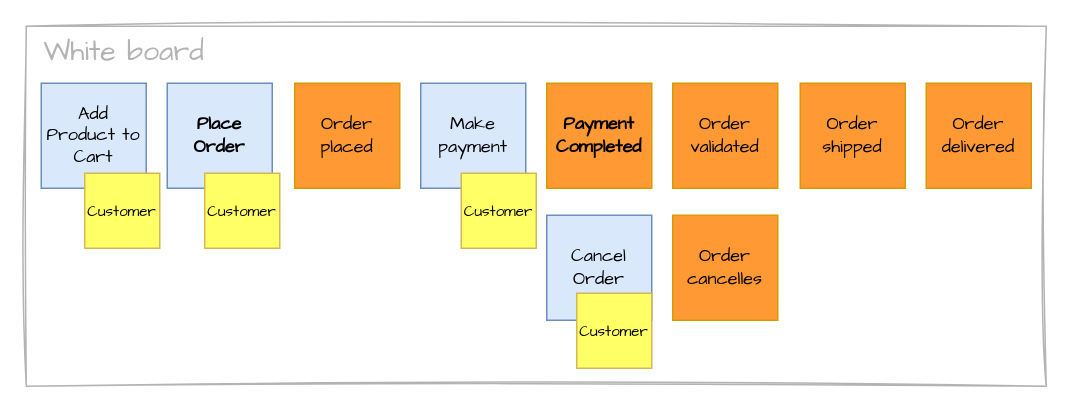
mauvaisetroupe/architech keeps this draw.io diagram as page "01-BP03" (4 of 13) of content/en/knowledgebase/ddd-eventstorming/eventstorming.drawio. Above is the earlier version. Source tidied: cells renumbered, new cells numbered last; positions are measured from the earlier drawing's top-left corner, leaving out a move shared by most shapes. Both pictures are drawn from the tidied source at 150%, with x=0, y=0 at pixel (26, 26).
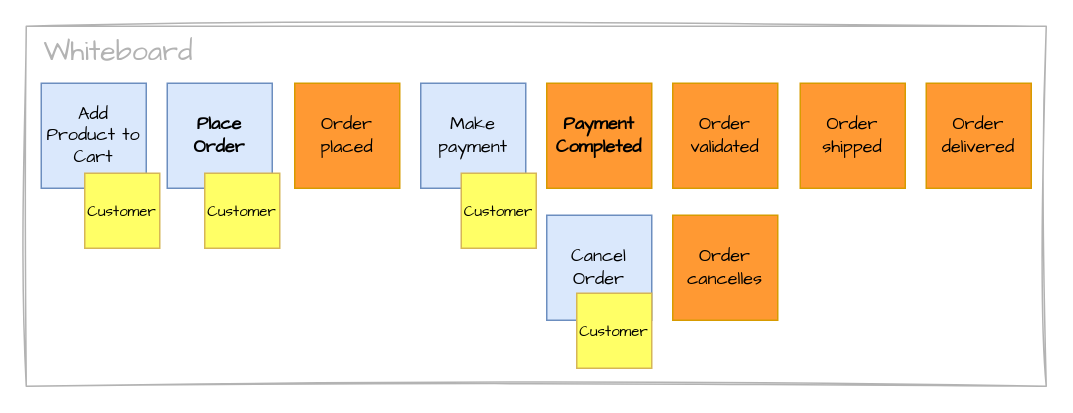
The same diagram, later.

The edit, as a diff of the source:
```diff
@@
 <mxGraphModel>
   <root>
     <mxCell id="0" />
     <mxCell id="1" parent="0" />
     <mxCell id="2" style="rounded=0;whiteSpace=wrap;html=1;sketch=1;hachureGap=4;jiggle=2;curveFitting=1;fontFamily=Architects Daughter;strokeColor=#B3B3B3;" parent="1" vertex="1">
       <mxGeometry width="680" height="240" as="geometry" />
     </mxCell>
     <mxCell id="3" value="Order placed" style="whiteSpace=wrap;html=1;hachureGap=4;fontFamily=Architects Daughter;fillColor=#FF9933;strokeColor=#d79b00;spacingTop=2;spacingLeft=2;spacingBottom=2;spacingRight=2;align=center;verticalAlign=middle;fontSize=12;fontColor=default;" parent="1" vertex="1">
       <mxGeometry x="179" y="38" width="70" height="70" as="geometry" />
     </mxCell>
     <mxCell id="4" value="Order validated" style="whiteSpace=wrap;html=1;hachureGap=4;fontFamily=Architects Daughter;fillColor=#FF9933;strokeColor=#d79b00;spacingTop=2;spacingLeft=2;spacingBottom=2;spacingRight=2;align=center;verticalAlign=middle;fontSize=12;fontColor=default;" parent="1" vertex="1">
       <mxGeometry x="431" y="38" width="70" height="70" as="geometry" />
     </mxCell>
     <mxCell id="5" value="Order shipped" style="whiteSpace=wrap;html=1;hachureGap=4;fontFamily=Architects Daughter;fillColor=#FF9933;strokeColor=#d79b00;spacingTop=2;spacingLeft=2;spacingBottom=2;spacingRight=2;align=center;verticalAlign=middle;fontSize=12;fontColor=default;" parent="1" vertex="1">
       <mxGeometry x="516" y="38" width="70" height="70" as="geometry" />
     </mxCell>
     <mxCell id="6" value="Order delivered" style="whiteSpace=wrap;html=1;hachureGap=4;fontFamily=Architects Daughter;fillColor=#FF9933;strokeColor=#d79b00;spacingTop=2;spacingLeft=2;spacingBottom=2;spacingRight=2;align=center;verticalAlign=middle;fontSize=12;fontColor=default;" parent="1" vertex="1">
       <mxGeometry x="600" y="38" width="70" height="70" as="geometry" />
     </mxCell>
     <mxCell id="7" value="Order cancelles" style="whiteSpace=wrap;html=1;hachureGap=4;fontFamily=Architects Daughter;fillColor=#FF9933;strokeColor=#d79b00;spacingTop=2;spacingLeft=2;spacingBottom=2;spacingRight=2;" parent="1" vertex="1">
       <mxGeometry x="431" y="126" width="70" height="70" as="geometry" />
     </mxCell>
     <mxCell id="8" value="Add Product to Cart" style="whiteSpace=wrap;html=1;hachureGap=4;fontFamily=Architects Daughter;fillColor=#dae8fc;strokeColor=#6c8ebf;spacingTop=2;spacingLeft=2;spacingBottom=2;spacingRight=2;align=center;verticalAlign=middle;fontSize=12;" parent="1" vertex="1">
       <mxGeometry x="10" y="38" width="70" height="70" as="geometry" />
     </mxCell>
     <mxCell id="9" value="&lt;strong&gt;Place Order&lt;/strong&gt;" style="whiteSpace=wrap;html=1;hachureGap=4;fontFamily=Architects Daughter;fillColor=#dae8fc;strokeColor=#6c8ebf;spacingTop=2;spacingLeft=2;spacingBottom=2;spacingRight=2;align=center;verticalAlign=middle;fontSize=12;" parent="1" vertex="1">
       <mxGeometry x="94" y="38" width="70" height="70" as="geometry" />
     </mxCell>
     <mxCell id="10" value="Cancel Order" style="whiteSpace=wrap;html=1;hachureGap=4;fontFamily=Architects Daughter;fillColor=#dae8fc;strokeColor=#6c8ebf;spacingTop=2;spacingLeft=2;spacingBottom=2;spacingRight=2;align=center;verticalAlign=middle;fontSize=12;" parent="1" vertex="1">
       <mxGeometry x="347" y="126" width="70" height="70" as="geometry" />
     </mxCell>
     <mxCell id="11" value="Make payment" style="whiteSpace=wrap;html=1;hachureGap=4;fontFamily=Architects Daughter;fillColor=#dae8fc;strokeColor=#6c8ebf;spacingTop=2;spacingLeft=2;spacingBottom=2;spacingRight=2;align=center;verticalAlign=middle;fontSize=12;" parent="1" vertex="1">
       <mxGeometry x="263" y="38" width="70" height="70" as="geometry" />
     </mxCell>
     <mxCell id="12" value="&lt;strong&gt;Payment Completed&lt;/strong&gt;" style="whiteSpace=wrap;html=1;hachureGap=4;fontFamily=Architects Daughter;fillColor=#FF9933;strokeColor=#d79b00;spacingTop=2;spacingLeft=2;spacingBottom=2;spacingRight=2;" parent="1" vertex="1">
       <mxGeometry x="347" y="38" width="70" height="70" as="geometry" />
     </mxCell>
     <mxCell id="13" value="Customer" style="whiteSpace=wrap;html=1;hachureGap=4;fontFamily=Architects Daughter;fillColor=#FFFF66;strokeColor=#d6b656;spacingTop=2;spacingLeft=2;spacingBottom=2;spacingRight=2;fontSize=10;" parent="1" vertex="1">
       <mxGeometry x="39" y="98" width="50" height="50" as="geometry" />
     </mxCell>
     <mxCell id="14" value="Customer" style="whiteSpace=wrap;html=1;hachureGap=4;fontFamily=Architects Daughter;fillColor=#FFFF66;strokeColor=#d6b656;spacingTop=2;spacingLeft=2;spacingBottom=2;spacingRight=2;fontSize=10;" parent="1" vertex="1">
       <mxGeometry x="119" y="98" width="50" height="50" as="geometry" />
     </mxCell>
     <mxCell id="15" value="Customer" style="whiteSpace=wrap;html=1;hachureGap=4;fontFamily=Architects Daughter;fillColor=#FFFF66;strokeColor=#d6b656;spacingTop=2;spacingLeft=2;spacingBottom=2;spacingRight=2;fontSize=10;" parent="1" vertex="1">
       <mxGeometry x="290" y="98" width="50" height="50" as="geometry" />
     </mxCell>
     <mxCell id="16" value="Customer" style="whiteSpace=wrap;html=1;hachureGap=4;fontFamily=Architects Daughter;fillColor=#FFFF66;strokeColor=#d6b656;spacingTop=2;spacingLeft=2;spacingBottom=2;spacingRight=2;fontSize=10;" parent="1" vertex="1">
       <mxGeometry x="367" y="178" width="50" height="50" as="geometry" />
     </mxCell>
-    <mxCell id="17" value="&lt;span style=&quot;font-family: &amp;quot;Architects Daughter&amp;quot;; font-size: 19px; font-style: normal; font-variant-ligatures: normal; font-variant-caps: normal; font-weight: 400; letter-spacing: normal; orphans: 2; text-align: center; text-indent: 0px; text-transform: none; widows: 2; word-spacing: 0px; -webkit-text-stroke-width: 0px; white-space: nowrap; background-color: rgb(255, 255, 255); text-decoration-thickness: initial; text-decoration-style: initial; text-decoration-color: initial; float: none; display: inline !important;&quot;&gt;White board&lt;/span&gt;" style="text;whiteSpace=wrap;html=1;fontFamily=Architects Daughter;fontColor=#B3B3B3;" parent="1" vertex="1">
+    <mxCell id="17" value="&lt;span style=&quot;font-family: &amp;quot;Architects Daughter&amp;quot;; font-size: 19px; font-style: normal; font-variant-ligatures: normal; font-variant-caps: normal; font-weight: 400; letter-spacing: normal; orphans: 2; text-align: center; text-indent: 0px; text-transform: none; widows: 2; word-spacing: 0px; -webkit-text-stroke-width: 0px; white-space: nowrap; background-color: rgb(255, 255, 255); text-decoration-thickness: initial; text-decoration-style: initial; text-decoration-color: initial; float: none; display: inline !important;&quot;&gt;Whiteboard&lt;/span&gt;" style="text;whiteSpace=wrap;html=1;fontFamily=Architects Daughter;fontColor=#B3B3B3;" parent="1" vertex="1">
       <mxGeometry x="10" width="88" height="27" as="geometry" />
     </mxCell>
   </root>
 </mxGraphModel>
```
